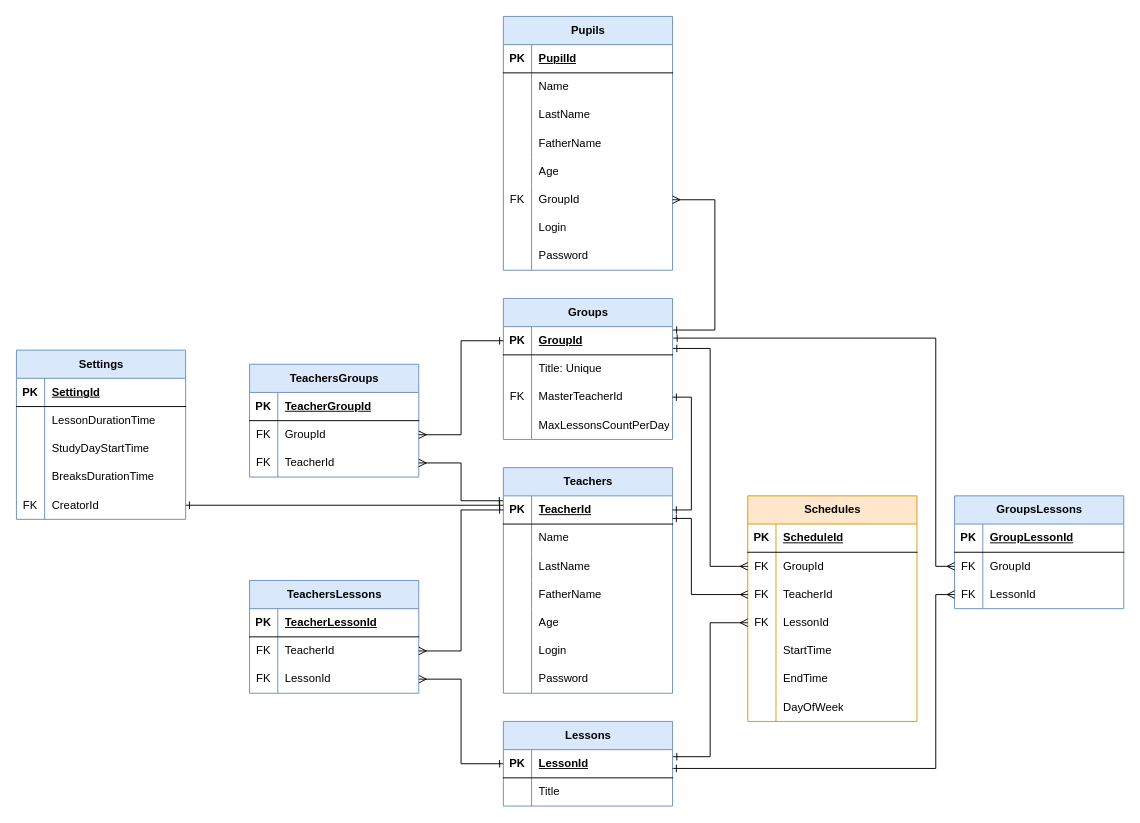
Before: ESchedule/Diagrams/ER.drawio in KuleshovNikita/ESchedule, a draw.io diagram. Source tidied: cells renumbered, new cells numbered last; positions are measured from the earlier drawing's top-left corner, leaving out a move shared by most shapes. Both pictures are drawn from the tidied source at 94%, with x=0, y=0 at pixel (16, 16).
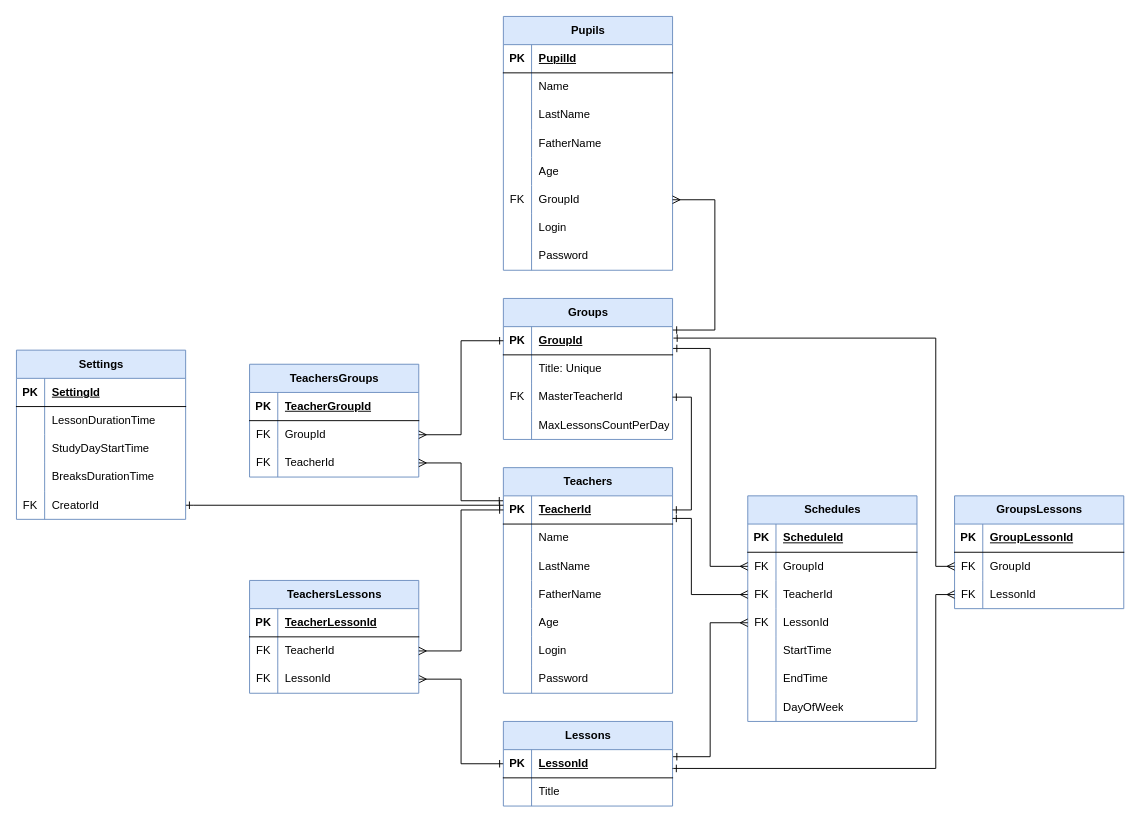
The same page after the edit.

What changed in the source:
```diff
@@
-    <mxCell id="83" value="Schedules" style="shape=table;startSize=30;childLayout=tableLayout;rowLines=0;fontStyle=1;align=center;html=1;fillColor=#ffe6cc;strokeColor=#d79b00;" parent="1" vertex="1">
+    <mxCell id="83" value="Schedules" style="shape=table;startSize=30;childLayout=tableLayout;rowLines=0;fontStyle=1;align=center;html=1;fillColor=#dae8fc;strokeColor=#6c8ebf;" parent="1" vertex="1">
       <mxGeometry x="778" y="510" width="180" height="240" as="geometry" />
     </mxCell>
```
